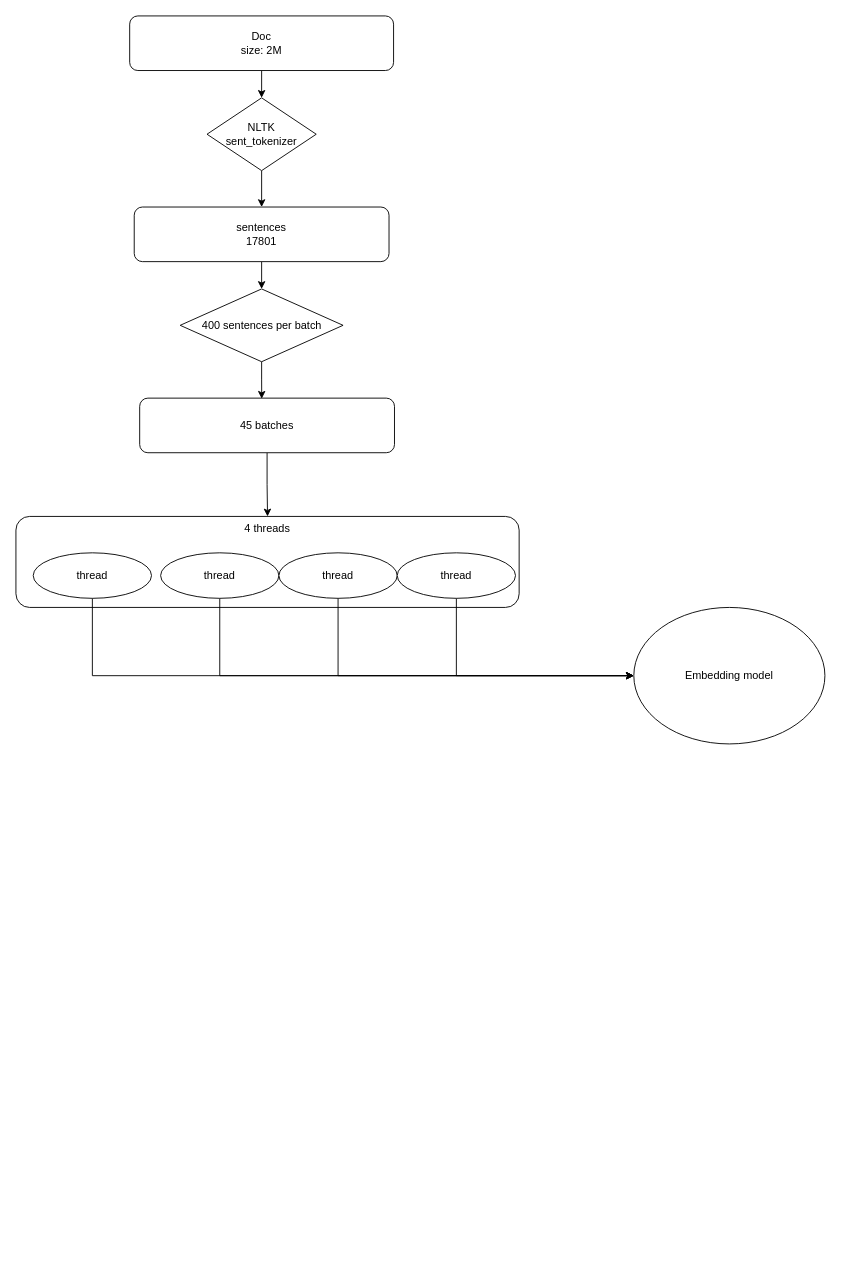
This is LLM/Adaptive chunk timing.drawio from Ice-YcY/Diagram, a draw.io file, before an edit. Source tidied: cells renumbered, new cells numbered last; positions are measured from the earlier drawing's top-left corner, leaving out a move shared by most shapes. Both pictures are drawn from the tidied source at 91%, with x=0, y=0 at pixel (15, 15).
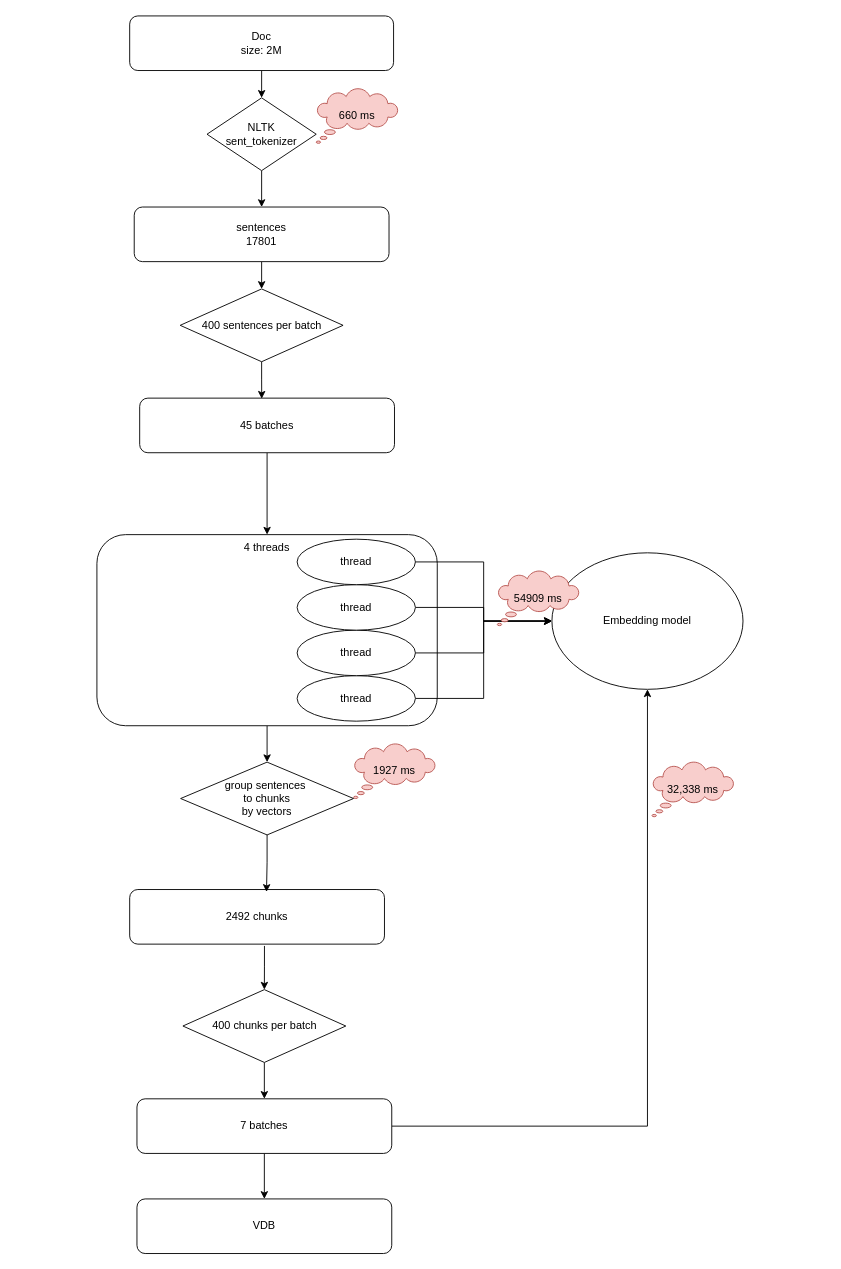
Above is the later version.

What changed in the source:
```diff
@@
+    <mxCell id="22" style="edgeStyle=orthogonalEdgeStyle;rounded=0;jettySize=auto;html=1;exitX=0.5;exitY=1;exitDx=0;exitDy=0;entryX=0.5;entryY=0;entryDx=0;entryDy=0;" parent="1" edge="1" source="8" target="23">
+      <mxGeometry relative="1" as="geometry" />
+    </mxCell>
     <mxCell id="8" value="&lt;div&gt;4 threads&lt;/div&gt;" style="rounded=1;whiteSpace=wrap;html=1;verticalAlign=top;" parent="1" vertex="1">
-      <mxGeometry y="550" width="553" height="100" as="geometry" />
+      <mxGeometry x="89" y="570" width="374" height="210" as="geometry" />
     </mxCell>
@@
     <mxCell id="13" value="Embedding model" style="ellipse;whiteSpace=wrap;html=1;" parent="1" vertex="1">
-      <mxGeometry x="679" y="650" width="210" height="150" as="geometry" />
+      <mxGeometry x="589" y="590" width="210" height="150" as="geometry" />
     </mxCell>
-    <mxCell id="14" style="edgeStyle=orthogonalEdgeStyle;rounded=0;jettySize=auto;html=1;exitX=0.5;exitY=1;exitDx=0;exitDy=0;entryX=0;entryY=0.5;entryDx=0;entryDy=0;" parent="1" edge="1" source="15" target="13">
+    <mxCell id="14" style="edgeStyle=orthogonalEdgeStyle;rounded=0;jettySize=auto;html=1;exitX=1;exitY=0.5;exitDx=0;exitDy=0;entryX=0;entryY=0.5;entryDx=0;entryDy=0;" parent="1" edge="1" source="15" target="13">
       <mxGeometry relative="1" as="geometry" />
     </mxCell>
     <mxCell id="15" value="thread" style="ellipse;whiteSpace=wrap;html=1;" parent="1" vertex="1">
-      <mxGeometry x="19" y="590" width="130" height="50" as="geometry" />
+      <mxGeometry x="309" y="725" width="130" height="50" as="geometry" />
     </mxCell>
-    <mxCell id="16" style="edgeStyle=orthogonalEdgeStyle;rounded=0;jettySize=auto;html=1;exitX=0.5;exitY=1;exitDx=0;exitDy=0;entryX=0;entryY=0.5;entryDx=0;entryDy=0;" parent="1" edge="1" source="17" target="13">
+    <mxCell id="16" style="edgeStyle=orthogonalEdgeStyle;rounded=0;jettySize=auto;html=1;exitX=1;exitY=0.5;exitDx=0;exitDy=0;entryX=0;entryY=0.5;entryDx=0;entryDy=0;" parent="1" edge="1" source="17" target="13">
       <mxGeometry relative="1" as="geometry" />
     </mxCell>
     <mxCell id="17" value="thread" style="ellipse;whiteSpace=wrap;html=1;" parent="1" vertex="1">
-      <mxGeometry x="159" y="590" width="130" height="50" as="geometry" />
+      <mxGeometry x="309" y="675" width="130" height="50" as="geometry" />
     </mxCell>
-    <mxCell id="18" style="edgeStyle=orthogonalEdgeStyle;rounded=0;jettySize=auto;html=1;exitX=0.5;exitY=1;exitDx=0;exitDy=0;entryX=0;entryY=0.5;entryDx=0;entryDy=0;" parent="1" edge="1" source="19" target="13">
+    <mxCell id="18" style="edgeStyle=orthogonalEdgeStyle;rounded=0;jettySize=auto;html=1;exitX=1;exitY=0.5;exitDx=0;exitDy=0;entryX=0;entryY=0.5;entryDx=0;entryDy=0;" parent="1" edge="1" source="19" target="13">
       <mxGeometry relative="1" as="geometry" />
     </mxCell>
     <mxCell id="19" value="thread" style="ellipse;whiteSpace=wrap;html=1;" parent="1" vertex="1">
-      <mxGeometry x="289" y="590" width="130" height="50" as="geometry" />
+      <mxGeometry x="309" y="625" width="130" height="50" as="geometry" />
     </mxCell>
-    <mxCell id="20" style="edgeStyle=orthogonalEdgeStyle;rounded=0;jettySize=auto;html=1;exitX=0.5;exitY=1;exitDx=0;exitDy=0;entryX=0;entryY=0.5;entryDx=0;entryDy=0;" parent="1" edge="1" source="21" target="13">
+    <mxCell id="20" style="edgeStyle=orthogonalEdgeStyle;rounded=0;jettySize=auto;html=1;exitX=1;exitY=0.5;exitDx=0;exitDy=0;" parent="1" edge="1" source="21" target="13">
       <mxGeometry relative="1" as="geometry" />
     </mxCell>
     <mxCell id="21" value="thread" style="ellipse;whiteSpace=wrap;html=1;" parent="1" vertex="1">
-      <mxGeometry x="419" y="590" width="130" height="50" as="geometry" />
+      <mxGeometry x="309" y="575" width="130" height="50" as="geometry" />
     </mxCell>
+    <mxCell id="23" value="group sentences&amp;nbsp;&lt;div&gt;to chunks&lt;/div&gt;&lt;div&gt;by vectors&lt;/div&gt;" style="rhombus;whiteSpace=wrap;html=1;" parent="1" vertex="1">
+      <mxGeometry x="181" y="820" width="190" height="80" as="geometry" />
+    </mxCell>
+    <mxCell id="24" style="edgeStyle=orthogonalEdgeStyle;rounded=0;jettySize=auto;html=1;exitX=0.529;exitY=1.033;exitDx=0;exitDy=0;entryX=0.5;entryY=0;entryDx=0;entryDy=0;exitPerimeter=0;" parent="1" edge="1" source="25" target="28">
+      <mxGeometry relative="1" as="geometry" />
+    </mxCell>
+    <mxCell id="25" value="&lt;div&gt;2492 chunks&lt;/div&gt;" style="rounded=1;whiteSpace=wrap;html=1;" parent="1" vertex="1">
+      <mxGeometry x="125" y="960" width="280" height="60" as="geometry" />
+    </mxCell>
+    <mxCell id="26" style="edgeStyle=orthogonalEdgeStyle;rounded=0;jettySize=auto;html=1;exitX=0.5;exitY=1;exitDx=0;exitDy=0;entryX=0.537;entryY=0.044;entryDx=0;entryDy=0;entryPerimeter=0;" parent="1" edge="1" source="23" target="25">
+      <mxGeometry relative="1" as="geometry" />
+    </mxCell>
+    <mxCell id="27" style="edgeStyle=orthogonalEdgeStyle;rounded=0;jettySize=auto;html=1;exitX=0.5;exitY=1;exitDx=0;exitDy=0;entryX=0.5;entryY=0;entryDx=0;entryDy=0;" parent="1" edge="1" source="28" target="31">
+      <mxGeometry relative="1" as="geometry" />
+    </mxCell>
+    <mxCell id="28" value="400 chunks per batch" style="rhombus;whiteSpace=wrap;html=1;" parent="1" vertex="1">
+      <mxGeometry x="183.5" y="1070" width="179" height="80" as="geometry" />
+    </mxCell>
+    <mxCell id="29" style="edgeStyle=orthogonalEdgeStyle;rounded=0;jettySize=auto;html=1;exitX=1;exitY=0.5;exitDx=0;exitDy=0;entryX=0.5;entryY=1;entryDx=0;entryDy=0;" parent="1" edge="1" source="31" target="13">
+      <mxGeometry relative="1" as="geometry" />
+    </mxCell>
+    <mxCell id="30" style="edgeStyle=orthogonalEdgeStyle;rounded=0;jettySize=auto;html=1;exitX=0.5;exitY=1;exitDx=0;exitDy=0;entryX=0.5;entryY=0;entryDx=0;entryDy=0;" parent="1" edge="1" source="31" target="32">
+      <mxGeometry relative="1" as="geometry" />
+    </mxCell>
+    <mxCell id="31" value="&lt;div&gt;7 batches&lt;/div&gt;" style="rounded=1;whiteSpace=wrap;html=1;" parent="1" vertex="1">
+      <mxGeometry x="133" y="1190" width="280" height="60" as="geometry" />
+    </mxCell>
+    <mxCell id="32" value="&lt;div&gt;VDB&lt;/div&gt;" style="rounded=1;whiteSpace=wrap;html=1;" parent="1" vertex="1">
+      <mxGeometry x="133" y="1300" width="280" height="60" as="geometry" />
+    </mxCell>
+    <mxCell id="33" value="660 ms" style="whiteSpace=wrap;html=1;shape=mxgraph.basic.cloud_callout;fillColor=#f8cecc;strokeColor=#b85450;" parent="1" vertex="1">
+      <mxGeometry x="330" y="80" width="90" height="60" as="geometry" />
+    </mxCell>
+    <mxCell id="34" value="54909 ms" style="whiteSpace=wrap;html=1;shape=mxgraph.basic.cloud_callout;fillColor=#f8cecc;strokeColor=#b85450;" parent="1" vertex="1">
+      <mxGeometry x="529" y="610" width="90" height="60" as="geometry" />
+    </mxCell>
+    <mxCell id="35" value="1927 ms" style="whiteSpace=wrap;html=1;shape=mxgraph.basic.cloud_callout;fillColor=#f8cecc;strokeColor=#b85450;" parent="1" vertex="1">
+      <mxGeometry x="371" y="800" width="90" height="60" as="geometry" />
+    </mxCell>
+    <mxCell id="36" value="32,338 ms" style="whiteSpace=wrap;html=1;shape=mxgraph.basic.cloud_callout;fillColor=#f8cecc;strokeColor=#b85450;" parent="1" vertex="1">
+      <mxGeometry x="699" y="820" width="90" height="60" as="geometry" />
+    </mxCell>
```
